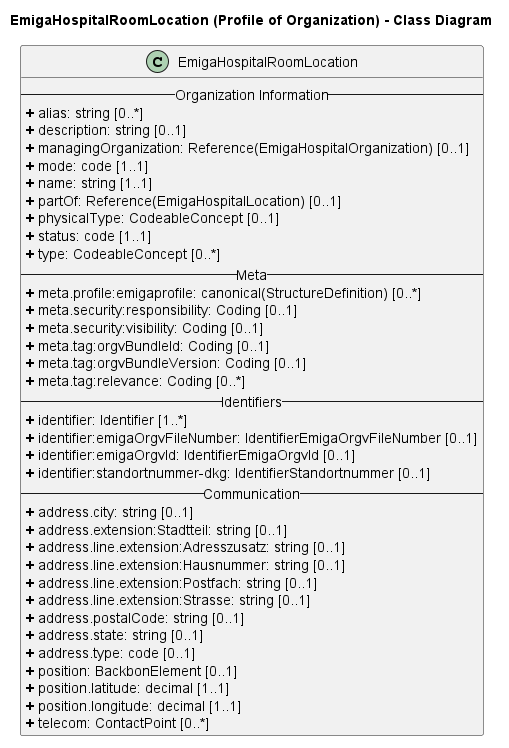
The PlantUML diagram rki.emiga.vzd/guides/implementationguides.vzd/PlantUML/PNGs/HospitalRoomLocation.png in robert-koch-institut/rki.emiga.vzd, before a commit.
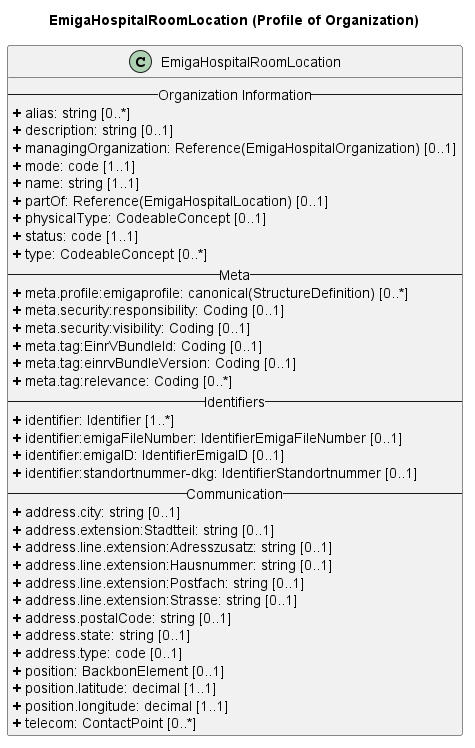
After the commit.

Diff of the diagram source:
```diff
@@ -1,7 +1,7 @@
 @startuml
 skinparam linetype ortho
 
-title EmigaHospitalRoomLocation (Profile of Organization) - Class Diagram
+title EmigaHospitalRoomLocation (Profile of Organization)
 
 class EmigaHospitalRoomLocation{
 -- Organization Information --
@@ -18,13 +18,13 @@
 <b>+</b> meta.profile:emigaprofile: canonical(StructureDefinition) [0..*]
 <b>+</b> meta.security:responsibility: Coding [0..1]
 <b>+</b> meta.security:visibility: Coding [0..1]
-<b>+</b> meta.tag:orgvBundleId: Coding [0..1]
-<b>+</b> meta.tag:orgvBundleVersion: Coding [0..1]
+<b>+</b> meta.tag:EinrVBundleId: Coding [0..1]
+<b>+</b> meta.tag:einrvBundleVersion: Coding [0..1]
 <b>+</b> meta.tag:relevance: Coding [0..*]
 -- Identifiers --
 <b>+</b> identifier: Identifier [1..*]
-<b>+</b> identifier:emigaOrgvFileNumber: IdentifierEmigaOrgvFileNumber [0..1]
-<b>+</b> identifier:emigaOrgvId: IdentifierEmigaOrgvId [0..1]
+<b>+</b> identifier:emigaFileNumber: IdentifierEmigaFileNumber [0..1]
+<b>+</b> identifier:emigaID: IdentifierEmigaID [0..1]
 <b>+</b> identifier:standortnummer-dkg: IdentifierStandortnummer [0..1]
 -- Communication --
 <b>+</b> address.city: string [0..1]
@@ -41,4 +41,5 @@
 <b>+</b> position.longitude: decimal [1..1]
 <b>+</b> telecom: ContactPoint [0..*]
 }
+
 @enduml
```
